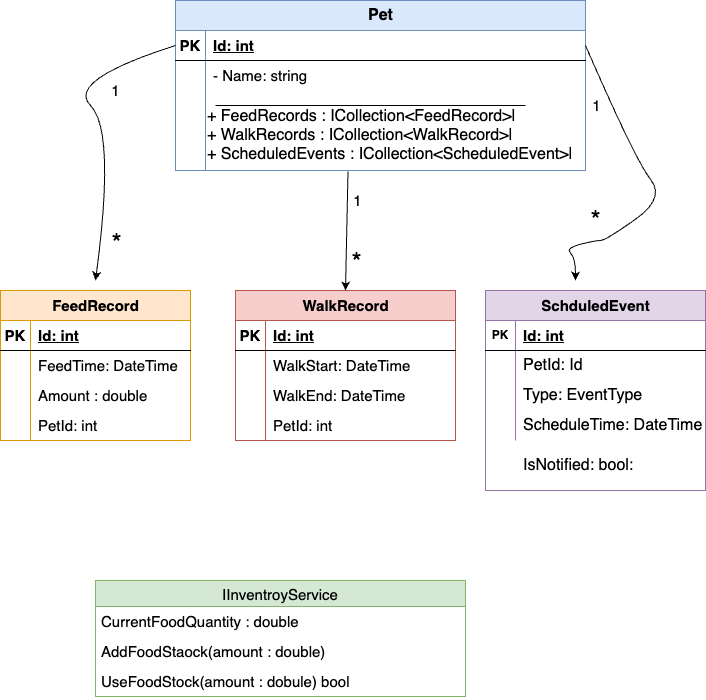
bromroy/CS690-PetSchedule.App keeps this draw.io diagram as PetclassDiagram.png. Above is the earlier version. Source tidied: cells renumbered, new cells last; positions are measured from the earlier drawing's top-left corner, leaving out a move shared by most shapes. Its diagram source:
```xml
<mxGraphModel>
  <root>
    <mxCell id="0" />
    <mxCell id="1" parent="0" />
    <mxCell id="2" value="Pet" style="shape=table;startSize=30;rowLines=0;fontStyle=1;align=center;html=1;fillColor=#dae8fc;strokeColor=#6c8ebf;fontSize=16;" parent="1" vertex="1">
      <mxGeometry x="175" width="410" height="170" as="geometry" />
    </mxCell>
    <mxCell id="3" style="shape=tableRow;horizontal=0;startSize=0;swimlaneHead=0;swimlaneBody=0;fillColor=none;points=[[0,0.5],[1,0.5]];portConstraint=eastwest;top=0;left=0;right=0;bottom=1;" parent="2" vertex="1">
      <mxGeometry y="30" width="410" height="30" as="geometry" />
    </mxCell>
    <mxCell id="4" value="PK" style="shape=partialRectangle;fillColor=none;top=0;left=0;bottom=0;right=0;fontStyle=1;overflow=hidden;whiteSpace=wrap;html=1;fontSize=15;" parent="3" vertex="1">
      <mxGeometry width="30" height="30" as="geometry" />
    </mxCell>
    <mxCell id="5" value="Id: int" style="shape=partialRectangle;fillColor=none;top=0;left=0;bottom=0;right=0;align=left;spacingLeft=6;fontStyle=5;overflow=hidden;whiteSpace=wrap;html=1;fontSize=15;" parent="3" vertex="1">
      <mxGeometry x="30" width="380" height="30" as="geometry" />
    </mxCell>
    <mxCell id="6" style="shape=tableRow;horizontal=0;startSize=0;swimlaneHead=0;swimlaneBody=0;fillColor=none;top=0;left=0;right=0;bottom=0;" parent="2" vertex="1">
      <mxGeometry y="60" width="410" height="30" as="geometry" />
    </mxCell>
    <mxCell id="7" style="shape=partialRectangle;fillColor=none;top=0;left=0;bottom=0;right=0;overflow=hidden;whiteSpace=wrap;html=1;fontSize=15;" parent="6" vertex="1">
      <mxGeometry width="30" height="30" as="geometry" />
    </mxCell>
    <mxCell id="8" value="- Name: string" style="shape=partialRectangle;fillColor=none;top=0;left=0;bottom=0;right=0;align=left;spacingLeft=6;overflow=hidden;whiteSpace=wrap;html=1;fontSize=15;" parent="6" vertex="1">
      <mxGeometry x="30" width="380" height="30" as="geometry" />
    </mxCell>
    <mxCell id="9" style="shape=tableRow;horizontal=0;startSize=0;swimlaneHead=0;swimlaneBody=0;fillColor=none;top=0;left=0;right=0;bottom=0;" parent="2" vertex="1">
      <mxGeometry y="90" width="410" height="80" as="geometry" />
    </mxCell>
    <mxCell id="10" style="shape=partialRectangle;fillColor=none;top=0;left=0;bottom=0;right=0;overflow=hidden;whiteSpace=wrap;html=1;" parent="9" vertex="1">
      <mxGeometry width="30" height="80" as="geometry" />
    </mxCell>
    <mxCell id="11" style="shape=partialRectangle;fillColor=none;top=0;left=0;bottom=0;right=0;align=left;spacingLeft=6;overflow=hidden;whiteSpace=wrap;html=1;" parent="9" vertex="1">
      <mxGeometry x="30" width="380" height="80" as="geometry" />
    </mxCell>
    <mxCell id="12" style="line;strokeWidth=1;dashed=0;labelPosition=right;align=left;verticalAlign=middle;spacingTop=0;spacingLeft=6;" parent="1" vertex="1">
      <mxGeometry x="215" y="100" width="310" height="10" as="geometry" />
    </mxCell>
    <mxCell id="13" value="&lt;p style=&quot;margin: 0in; color: rgb(0, 0, 0);&quot; class=&quot;MsoNormal&quot;&gt;&lt;span style=&quot;color: black;&quot;&gt;&lt;font face=&quot;Helvetica&quot;&gt;+ FeedRecords : ICollection&amp;lt;FeedRecord&amp;gt;|&lt;/font&gt;&lt;/span&gt;&lt;/p&gt;&lt;p style=&quot;margin: 0in; color: rgb(0, 0, 0);&quot; class=&quot;MsoNormal&quot;&gt;&lt;span style=&quot;color: black;&quot;&gt;&lt;font face=&quot;Helvetica&quot;&gt;+ WalkRecords : ICollection&amp;lt;WalkRecord&amp;gt;|&lt;/font&gt;&lt;/span&gt;&lt;/p&gt;&lt;p style=&quot;margin: 0in; color: rgb(0, 0, 0);&quot; class=&quot;MsoNormal&quot;&gt;&lt;span style=&quot;color: black;&quot;&gt;&lt;font face=&quot;Helvetica&quot;&gt;+ ScheduledEvents : ICollection&amp;lt;ScheduledEvent&amp;gt;|&lt;/font&gt;&lt;/span&gt;&lt;/p&gt;" style="text;strokeColor=none;align=left;fillColor=none;html=1;verticalAlign=middle;whiteSpace=wrap;rounded=0;fontSize=16;" parent="1" vertex="1">
      <mxGeometry x="205" y="100" width="380" height="70" as="geometry" />
    </mxCell>
    <mxCell id="14" value="FeedRecord" style="shape=table;startSize=30;rowLines=0;fontStyle=1;align=center;html=1;fillColor=#ffe6cc;strokeColor=#d79b00;fontSize=15;" parent="1" vertex="1">
      <mxGeometry y="290" width="190" height="150" as="geometry" />
    </mxCell>
    <mxCell id="15" style="shape=tableRow;horizontal=0;startSize=0;swimlaneHead=0;swimlaneBody=0;fillColor=none;top=0;left=0;right=0;bottom=1;fontSize=15;" parent="14" vertex="1">
      <mxGeometry y="30" width="190" height="30" as="geometry" />
    </mxCell>
    <mxCell id="16" value="PK" style="shape=partialRectangle;fillColor=none;top=0;left=0;bottom=0;right=0;fontStyle=1;overflow=hidden;whiteSpace=wrap;html=1;fontSize=15;" parent="15" vertex="1">
      <mxGeometry width="30" height="30" as="geometry" />
    </mxCell>
    <mxCell id="17" value="Id: int" style="shape=partialRectangle;fillColor=none;top=0;left=0;bottom=0;right=0;align=left;spacingLeft=6;fontStyle=5;overflow=hidden;whiteSpace=wrap;html=1;fontSize=15;" parent="15" vertex="1">
      <mxGeometry x="30" width="160" height="30" as="geometry" />
    </mxCell>
    <mxCell id="18" style="shape=tableRow;horizontal=0;startSize=0;swimlaneHead=0;swimlaneBody=0;fillColor=none;top=0;left=0;right=0;bottom=0;" parent="14" vertex="1">
      <mxGeometry y="60" width="190" height="30" as="geometry" />
    </mxCell>
    <mxCell id="19" style="shape=partialRectangle;fillColor=none;top=0;left=0;bottom=0;right=0;overflow=hidden;whiteSpace=wrap;html=1;fontSize=15;" parent="18" vertex="1">
      <mxGeometry width="30" height="30" as="geometry" />
    </mxCell>
    <mxCell id="20" value="FeedTime: DateTime" style="shape=partialRectangle;fillColor=none;top=0;left=0;bottom=0;right=0;align=left;spacingLeft=6;overflow=hidden;whiteSpace=wrap;html=1;fontSize=15;" parent="18" vertex="1">
      <mxGeometry x="30" width="160" height="30" as="geometry" />
    </mxCell>
    <mxCell id="21" style="shape=tableRow;horizontal=0;startSize=0;swimlaneHead=0;swimlaneBody=0;fillColor=none;top=0;left=0;right=0;bottom=0;" parent="14" vertex="1">
      <mxGeometry y="90" width="190" height="30" as="geometry" />
    </mxCell>
    <mxCell id="22" style="shape=partialRectangle;fillColor=none;top=0;left=0;bottom=0;right=0;overflow=hidden;whiteSpace=wrap;html=1;fontSize=15;" parent="21" vertex="1">
      <mxGeometry width="30" height="30" as="geometry" />
    </mxCell>
    <mxCell id="23" value="Amount : double" style="shape=partialRectangle;fillColor=none;top=0;left=0;bottom=0;right=0;align=left;spacingLeft=6;overflow=hidden;whiteSpace=wrap;html=1;fontSize=15;" parent="21" vertex="1">
      <mxGeometry x="30" width="160" height="30" as="geometry" />
    </mxCell>
    <mxCell id="24" style="shape=tableRow;horizontal=0;startSize=0;swimlaneHead=0;swimlaneBody=0;fillColor=none;top=0;left=0;right=0;bottom=0;" parent="14" vertex="1">
      <mxGeometry y="120" width="190" height="30" as="geometry" />
    </mxCell>
    <mxCell id="25" style="shape=partialRectangle;fillColor=none;top=0;left=0;bottom=0;right=0;overflow=hidden;whiteSpace=wrap;html=1;fontSize=15;" parent="24" vertex="1">
      <mxGeometry width="30" height="30" as="geometry" />
    </mxCell>
    <mxCell id="26" value="PetId: int" style="shape=partialRectangle;fillColor=none;top=0;left=0;bottom=0;right=0;align=left;spacingLeft=6;overflow=hidden;whiteSpace=wrap;html=1;fontSize=15;" parent="24" vertex="1">
      <mxGeometry x="30" width="160" height="30" as="geometry" />
    </mxCell>
    <mxCell id="27" value="WalkRecord" style="shape=table;startSize=30;rowLines=0;fontStyle=1;align=center;html=1;fillColor=#f8cecc;strokeColor=#b85450;fontSize=15;" parent="1" vertex="1">
      <mxGeometry x="235" y="290" width="220" height="150" as="geometry" />
    </mxCell>
    <mxCell id="28" style="shape=tableRow;horizontal=0;startSize=0;swimlaneHead=0;swimlaneBody=0;fillColor=none;top=0;left=0;right=0;bottom=1;" parent="27" vertex="1">
      <mxGeometry y="30" width="220" height="30" as="geometry" />
    </mxCell>
    <mxCell id="29" value="PK" style="shape=partialRectangle;fillColor=none;top=0;left=0;bottom=0;right=0;fontStyle=1;overflow=hidden;whiteSpace=wrap;html=1;fontSize=15;" parent="28" vertex="1">
      <mxGeometry width="30" height="30" as="geometry" />
    </mxCell>
    <mxCell id="30" value="Id: int" style="shape=partialRectangle;fillColor=none;top=0;left=0;bottom=0;right=0;align=left;spacingLeft=6;fontStyle=5;overflow=hidden;whiteSpace=wrap;html=1;fontSize=15;" parent="28" vertex="1">
      <mxGeometry x="30" width="190" height="30" as="geometry" />
    </mxCell>
    <mxCell id="31" style="shape=tableRow;horizontal=0;startSize=0;swimlaneHead=0;swimlaneBody=0;fillColor=none;top=0;left=0;right=0;bottom=0;" parent="27" vertex="1">
      <mxGeometry y="60" width="220" height="30" as="geometry" />
    </mxCell>
    <mxCell id="32" style="shape=partialRectangle;fillColor=none;top=0;left=0;bottom=0;right=0;overflow=hidden;whiteSpace=wrap;html=1;fontSize=15;" parent="31" vertex="1">
      <mxGeometry width="30" height="30" as="geometry" />
    </mxCell>
    <mxCell id="33" value="WalkStart: DateTime" style="shape=partialRectangle;fillColor=none;top=0;left=0;bottom=0;right=0;align=left;spacingLeft=6;overflow=hidden;whiteSpace=wrap;html=1;fontSize=15;" parent="31" vertex="1">
      <mxGeometry x="30" width="190" height="30" as="geometry" />
    </mxCell>
    <mxCell id="34" style="shape=tableRow;horizontal=0;startSize=0;swimlaneHead=0;swimlaneBody=0;fillColor=none;top=0;left=0;right=0;bottom=0;" parent="27" vertex="1">
      <mxGeometry y="90" width="220" height="30" as="geometry" />
    </mxCell>
    <mxCell id="35" style="shape=partialRectangle;fillColor=none;top=0;left=0;bottom=0;right=0;overflow=hidden;whiteSpace=wrap;html=1;fontSize=15;" parent="34" vertex="1">
      <mxGeometry width="30" height="30" as="geometry" />
    </mxCell>
    <mxCell id="36" value="WalkEnd: DateTime" style="shape=partialRectangle;fillColor=none;top=0;left=0;bottom=0;right=0;align=left;spacingLeft=6;overflow=hidden;whiteSpace=wrap;html=1;fontSize=15;" parent="34" vertex="1">
      <mxGeometry x="30" width="190" height="30" as="geometry" />
    </mxCell>
    <mxCell id="37" style="shape=tableRow;horizontal=0;startSize=0;swimlaneHead=0;swimlaneBody=0;fillColor=none;top=0;left=0;right=0;bottom=0;" parent="27" vertex="1">
      <mxGeometry y="120" width="220" height="30" as="geometry" />
    </mxCell>
    <mxCell id="38" style="shape=partialRectangle;fillColor=none;top=0;left=0;bottom=0;right=0;overflow=hidden;whiteSpace=wrap;html=1;fontSize=15;" parent="37" vertex="1">
      <mxGeometry width="30" height="30" as="geometry" />
    </mxCell>
    <mxCell id="39" value="PetId: int" style="shape=partialRectangle;fillColor=none;top=0;left=0;bottom=0;right=0;align=left;spacingLeft=6;overflow=hidden;whiteSpace=wrap;html=1;fontSize=15;" parent="37" vertex="1">
      <mxGeometry x="30" width="190" height="30" as="geometry" />
    </mxCell>
    <mxCell id="40" value="SchduledEvent" style="shape=table;startSize=30;rowLines=0;fontStyle=1;align=center;html=1;fillColor=#e1d5e7;strokeColor=#9673a6;fontSize=15;" parent="1" vertex="1">
      <mxGeometry x="485" y="290" width="220" height="200" as="geometry" />
    </mxCell>
    <mxCell id="41" style="shape=tableRow;horizontal=0;startSize=0;swimlaneHead=0;swimlaneBody=0;fillColor=none;top=0;left=0;right=0;bottom=1;fontSize=16;" parent="40" vertex="1">
      <mxGeometry y="30" width="220" height="30" as="geometry" />
    </mxCell>
    <mxCell id="42" value="PK" style="shape=partialRectangle;fillColor=none;top=0;left=0;bottom=0;right=0;fontStyle=1;overflow=hidden;whiteSpace=wrap;html=1;" parent="41" vertex="1">
      <mxGeometry width="30" height="30" as="geometry" />
    </mxCell>
    <mxCell id="43" value="Id: int" style="shape=partialRectangle;fillColor=none;top=0;left=0;bottom=0;right=0;align=left;spacingLeft=6;fontStyle=5;overflow=hidden;whiteSpace=wrap;html=1;fontSize=15;" parent="41" vertex="1">
      <mxGeometry x="30" width="190" height="30" as="geometry" />
    </mxCell>
    <mxCell id="44" style="shape=tableRow;horizontal=0;startSize=0;swimlaneHead=0;swimlaneBody=0;fillColor=none;top=0;left=0;right=0;bottom=0;" parent="40" vertex="1">
      <mxGeometry y="60" width="220" height="30" as="geometry" />
    </mxCell>
    <mxCell id="45" style="shape=partialRectangle;fillColor=none;top=0;left=0;bottom=0;right=0;overflow=hidden;whiteSpace=wrap;html=1;" parent="44" vertex="1">
      <mxGeometry width="30" height="30" as="geometry" />
    </mxCell>
    <mxCell id="46" value="PetId: Id" style="shape=partialRectangle;fillColor=none;top=0;left=0;bottom=0;right=0;align=left;spacingLeft=6;overflow=hidden;whiteSpace=wrap;html=1;fontSize=16;" parent="44" vertex="1">
      <mxGeometry x="30" width="190" height="30" as="geometry" />
    </mxCell>
    <mxCell id="47" style="shape=tableRow;horizontal=0;startSize=0;swimlaneHead=0;swimlaneBody=0;fillColor=none;top=0;left=0;right=0;bottom=0;" parent="40" vertex="1">
      <mxGeometry y="90" width="220" height="30" as="geometry" />
    </mxCell>
    <mxCell id="48" style="shape=partialRectangle;fillColor=none;top=0;left=0;bottom=0;right=0;overflow=hidden;whiteSpace=wrap;html=1;" parent="47" vertex="1">
      <mxGeometry width="30" height="30" as="geometry" />
    </mxCell>
    <mxCell id="49" value="Type: EventType" style="shape=partialRectangle;fillColor=none;top=0;left=0;bottom=0;right=0;align=left;spacingLeft=6;overflow=hidden;whiteSpace=wrap;html=1;fontSize=16;" parent="47" vertex="1">
      <mxGeometry x="30" width="190" height="30" as="geometry" />
    </mxCell>
    <mxCell id="50" style="shape=tableRow;horizontal=0;startSize=0;swimlaneHead=0;swimlaneBody=0;fillColor=none;top=0;left=0;right=0;bottom=0;" parent="40" vertex="1">
      <mxGeometry y="120" width="220" height="30" as="geometry" />
    </mxCell>
    <mxCell id="51" style="shape=partialRectangle;fillColor=none;top=0;left=0;bottom=0;right=0;overflow=hidden;whiteSpace=wrap;html=1;" parent="50" vertex="1">
      <mxGeometry width="30" height="30" as="geometry" />
    </mxCell>
    <mxCell id="52" value="ScheduleTime: DateTime" style="shape=partialRectangle;fillColor=none;top=0;left=0;bottom=0;right=0;align=left;spacingLeft=6;overflow=hidden;whiteSpace=wrap;html=1;fontSize=16;" parent="50" vertex="1">
      <mxGeometry x="30" width="190" height="30" as="geometry" />
    </mxCell>
    <mxCell id="53" style="shape=partialRectangle;fillColor=none;top=0;left=0;bottom=0;right=0;overflow=hidden;whiteSpace=wrap;html=1;" parent="1" vertex="1">
      <mxGeometry x="485" y="450" width="30" height="30" as="geometry" />
    </mxCell>
    <mxCell id="54" value="IsNotified: bool:&amp;nbsp;" style="shape=partialRectangle;fillColor=none;top=0;left=0;bottom=0;right=0;align=left;spacingLeft=6;overflow=hidden;whiteSpace=wrap;html=1;fontSize=16;" parent="1" vertex="1">
      <mxGeometry x="515" y="450" width="190" height="30" as="geometry" />
    </mxCell>
    <mxCell id="55" value="&lt;font style=&quot;font-size: 26px;&quot;&gt;*&lt;/font&gt;" style="curved=1;endArrow=classic;html=1;entryX=1.011;entryY=0.135;entryDx=0;entryDy=0;entryPerimeter=0;exitX=1;exitY=0.5;exitDx=0;exitDy=0;" parent="1" edge="1" source="3">
      <mxGeometry x="0.58" y="-20" relative="1" as="geometry">
        <mxPoint x="575" y="280" as="targetPoint" />
        <Array as="points">
          <mxPoint x="635" y="160" />
          <mxPoint x="665" y="197.5" />
          <mxPoint x="605" y="240" />
          <mxPoint x="595" y="240" />
          <mxPoint x="565" y="247.5" />
          <mxPoint x="575" y="257.5" />
        </Array>
        <mxPoint x="5" y="-1" as="offset" />
      </mxGeometry>
    </mxCell>
    <mxCell id="56" value="&lt;font style=&quot;font-size: 15px;&quot;&gt;1&lt;/font&gt;" style="edgeLabel;html=1;align=center;verticalAlign=middle;" parent="55" vertex="1">
      <mxGeometry x="-0.67" relative="1" as="geometry">
        <mxPoint x="-11" y="11" as="offset" />
      </mxGeometry>
    </mxCell>
    <mxCell id="57" style="edgeStyle=none;html=1;exitX=0.375;exitY=1.014;exitDx=0;exitDy=0;entryX=0.5;entryY=0;entryDx=0;entryDy=0;exitPerimeter=0;" parent="1" edge="1" source="13" target="27">
      <mxGeometry relative="1" as="geometry" />
    </mxCell>
    <mxCell id="58" value="&lt;font style=&quot;font-size: 15px;&quot;&gt;1&lt;/font&gt;" style="edgeLabel;html=1;align=center;verticalAlign=middle;" parent="57" vertex="1">
      <mxGeometry x="-0.51" y="1" relative="1" as="geometry">
        <mxPoint x="9" as="offset" />
      </mxGeometry>
    </mxCell>
    <mxCell id="59" value="&lt;font style=&quot;font-size: 26px;&quot;&gt;*&lt;/font&gt;" style="edgeLabel;html=1;align=center;verticalAlign=middle;" parent="57" vertex="1">
      <mxGeometry x="0.51" y="2" relative="1" as="geometry">
        <mxPoint x="8" as="offset" />
      </mxGeometry>
    </mxCell>
    <mxCell id="60" style="curved=1;endArrow=classic;html=1;exitX=0;exitY=0.5;exitDx=0;exitDy=0;" parent="1" edge="1" source="3">
      <mxGeometry relative="1" as="geometry">
        <mxPoint x="95" y="280" as="targetPoint" />
        <Array as="points">
          <mxPoint x="65" y="80" />
          <mxPoint x="115" y="130" />
        </Array>
      </mxGeometry>
    </mxCell>
    <mxCell id="61" value="&lt;font style=&quot;font-size: 15px;&quot;&gt;1&lt;/font&gt;" style="edgeLabel;html=1;align=center;verticalAlign=middle;" parent="60" vertex="1">
      <mxGeometry x="-0.47" y="12" relative="1" as="geometry">
        <mxPoint x="22" y="6" as="offset" />
      </mxGeometry>
    </mxCell>
    <mxCell id="62" value="&lt;font style=&quot;font-size: 26px;&quot;&gt;*&lt;/font&gt;" style="edgeLabel;html=1;align=center;verticalAlign=middle;" parent="60" vertex="1">
      <mxGeometry x="0.77" y="2" relative="1" as="geometry">
        <mxPoint x="13" as="offset" />
      </mxGeometry>
    </mxCell>
    <mxCell id="63" value="IInventroyService" style="swimlane;fontStyle=0;horizontal=1;startSize=26;align=center;fontSize=15;fillColor=#d5e8d4;strokeColor=#82b366;" parent="1" vertex="1">
      <mxGeometry x="95" y="580" width="370" height="116" as="geometry" />
    </mxCell>
    <mxCell id="64" value="CurrentFoodQuantity : double" style="text;strokeColor=none;fillColor=none;spacingLeft=4;spacingRight=4;overflow=hidden;fontSize=15;whiteSpace=wrap;html=1;" parent="63" vertex="1">
      <mxGeometry y="26" width="370" height="30" as="geometry" />
    </mxCell>
    <mxCell id="65" value="AddFoodStaock(amount : double)" style="text;strokeColor=none;fillColor=none;spacingLeft=4;spacingRight=4;overflow=hidden;fontSize=15;whiteSpace=wrap;html=1;" parent="63" vertex="1">
      <mxGeometry y="56" width="370" height="30" as="geometry" />
    </mxCell>
    <mxCell id="66" value="UseFoodStock(amount : dobule) bool" style="text;strokeColor=none;fillColor=none;spacingLeft=4;spacingRight=4;overflow=hidden;fontSize=15;whiteSpace=wrap;html=1;" parent="63" vertex="1">
      <mxGeometry y="86" width="370" height="30" as="geometry" />
    </mxCell>
  </root>
</mxGraphModel>
```
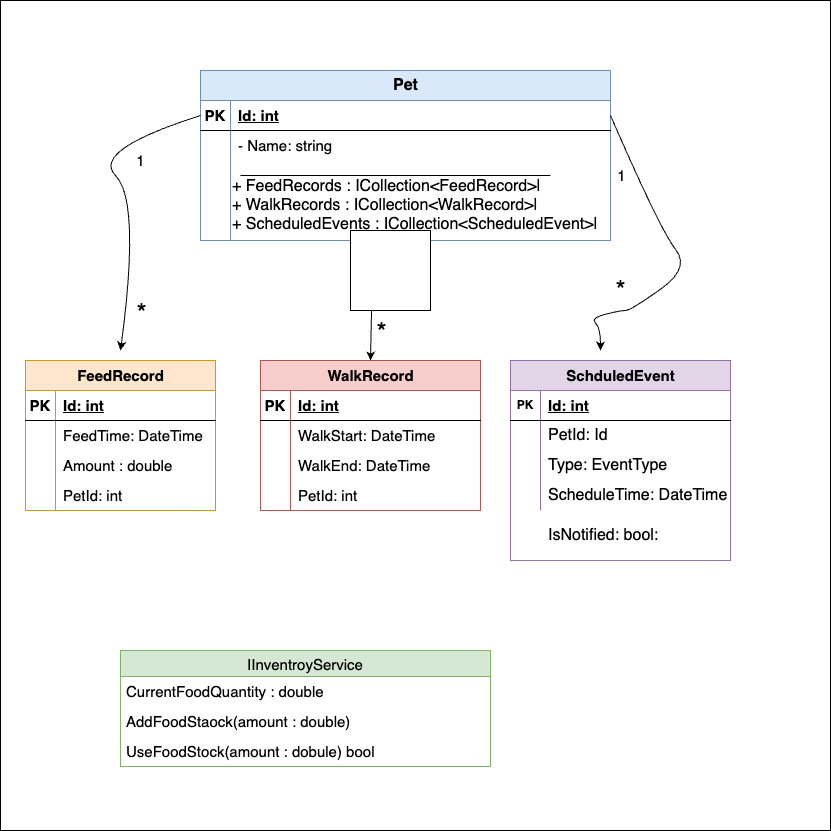
Above is the later version.

Change to the diagram source:
```diff
@@ -2,6 +2,9 @@
   <root>
     <mxCell id="0" />
     <mxCell id="1" parent="0" />
+    <mxCell id="67" style="whiteSpace=wrap;html=1;" parent="1" vertex="1">
+      <mxGeometry x="-25" y="-70" width="830" height="830" as="geometry" />
+    </mxCell>
     <mxCell id="2" value="Pet" style="shape=table;startSize=30;rowLines=0;fontStyle=1;align=center;html=1;fillColor=#dae8fc;strokeColor=#6c8ebf;fontSize=16;" parent="1" vertex="1">
       <mxGeometry x="175" width="410" height="170" as="geometry" />
     </mxCell>
@@ -224,5 +227,8 @@
     <mxCell id="66" value="UseFoodStock(amount : dobule) bool" style="text;strokeColor=none;fillColor=none;spacingLeft=4;spacingRight=4;overflow=hidden;fontSize=15;whiteSpace=wrap;html=1;" parent="63" vertex="1">
       <mxGeometry y="86" width="370" height="30" as="geometry" />
     </mxCell>
+    <mxCell id="68" style="whiteSpace=wrap;html=1;" parent="1" vertex="1">
+      <mxGeometry x="325" y="160" width="80" height="80" as="geometry" />
+    </mxCell>
   </root>
 </mxGraphModel>
```
